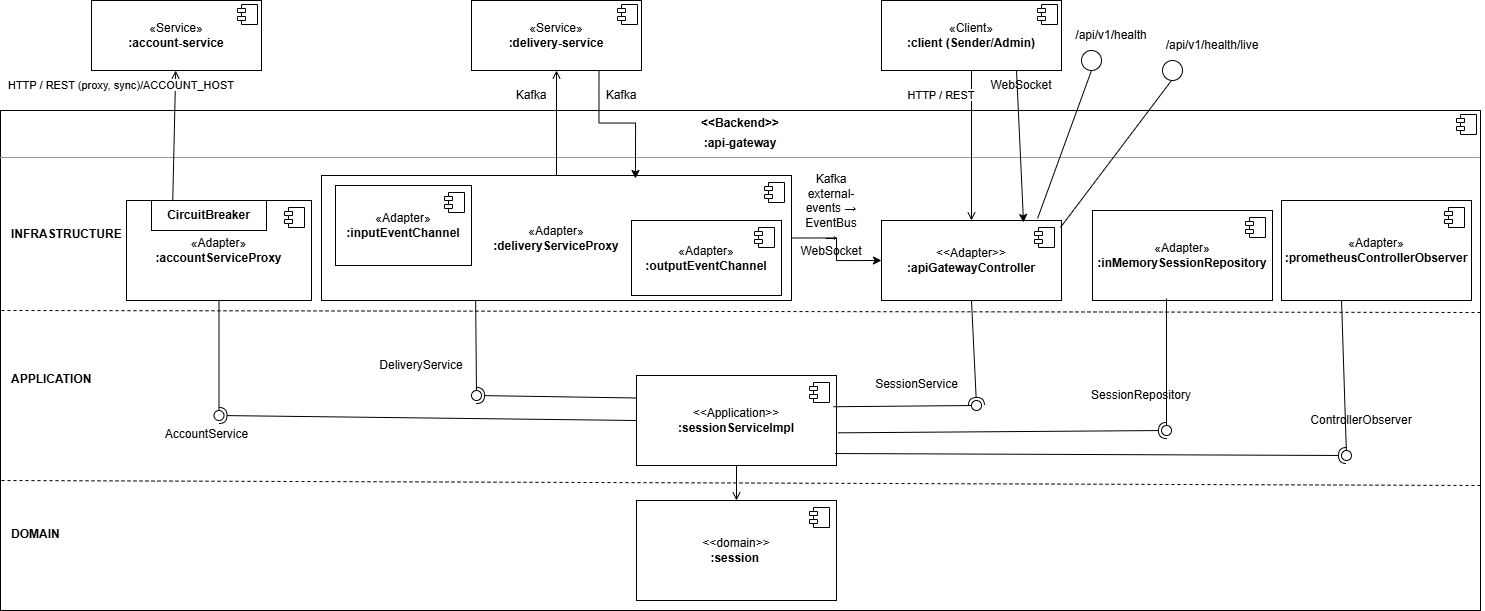
Before: doc/api-gateway-v3.drawio.png, a diagram exported from draw.io (MarcoMoro10/SAP-Assignment3). Source tidied: cells renumbered, new cells last; positions are measured from the earlier drawing's top-left corner, leaving out a move shared by most shapes.
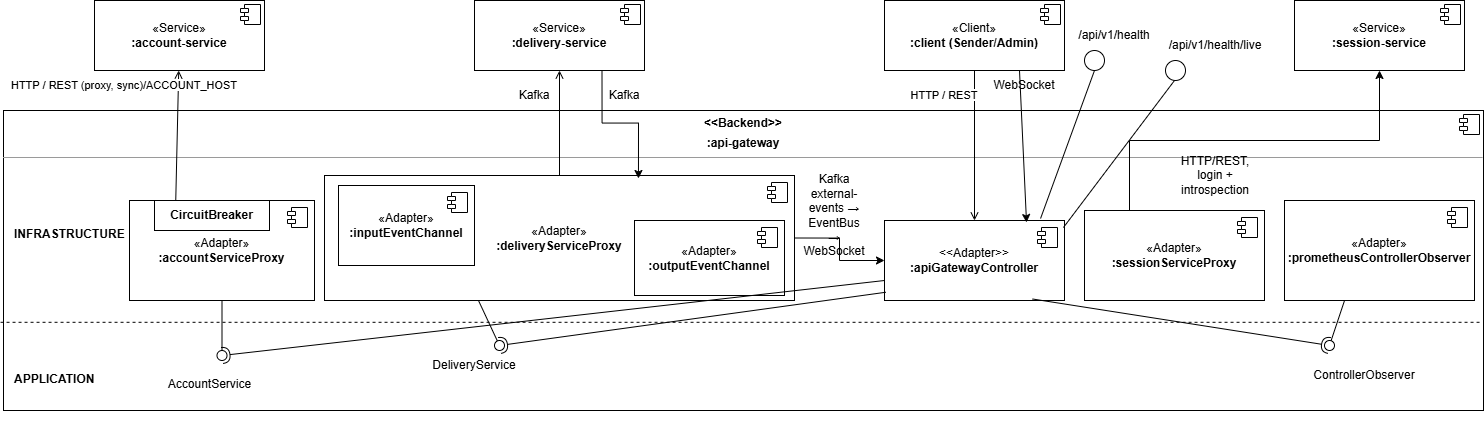
Later version of the same file.

What changed in the source:
```diff
@@ -27,32 +27,22 @@
       </mxGeometry>
     </mxCell>
     <mxCell id="8" value="&lt;p style=&quot;margin:0px;margin-top:6px;text-align:center;&quot;&gt;&lt;b&gt;&amp;lt;&amp;lt;Backend&amp;gt;&amp;gt;&lt;/b&gt;&lt;/p&gt;&lt;p style=&quot;margin:0px;margin-top:6px;text-align:center;&quot;&gt;&lt;b&gt;:api-gateway&lt;/b&gt;&lt;br&gt;&lt;/p&gt;&lt;hr size=&quot;1&quot;&gt;" style="align=left;overflow=fill;html=1;whiteSpace=wrap;verticalAlign=top;" parent="1" vertex="1">
-      <mxGeometry y="110" width="1480" height="500" as="geometry" />
+      <mxGeometry y="110" width="1480" height="300" as="geometry" />
     </mxCell>
     <mxCell id="9" style="shape=component;jettyWidth=8;jettyHeight=4;" parent="8" vertex="1">
       <mxGeometry x="1" width="20" height="20" relative="1" as="geometry">
         <mxPoint x="-24" y="4" as="offset" />
       </mxGeometry>
     </mxCell>
-    <mxCell id="10" style="endArrow=none;dashed=1;html=1;rounded=0;entryX=1.002;entryY=0.404;entryDx=0;entryDy=0;entryPerimeter=0;exitX=0.002;exitY=0.366;exitDx=0;exitDy=0;exitPerimeter=0;" parent="1" edge="1" target="8">
-      <mxGeometry relative="1" as="geometry">
-        <mxPoint x="1" y="310" as="sourcePoint" />
-      </mxGeometry>
+    <mxCell id="10" style="endArrow=none;dashed=1;html=1;rounded=0;entryX=0.999;entryY=0.706;entryDx=0;entryDy=0;entryPerimeter=0;exitX=-0.002;exitY=0.706;exitDx=0;exitDy=0;exitPerimeter=0;" parent="1" edge="1" source="8" target="8">
+      <mxGeometry relative="1" as="geometry" />
     </mxCell>
-    <mxCell id="11" style="endArrow=none;dashed=1;html=1;rounded=0;entryX=1;entryY=0.75;entryDx=0;entryDy=0;" parent="1" edge="1" target="8">
-      <mxGeometry relative="1" as="geometry">
-        <mxPoint x="1" y="480" as="sourcePoint" />
-      </mxGeometry>
-    </mxCell>
     <mxCell id="12" value="INFRASTRUCTURE" style="text;html=1;align=left;fontStyle=1;" parent="1" vertex="1">
       <mxGeometry x="9" y="220" width="120" height="20" as="geometry" />
     </mxCell>
     <mxCell id="13" value="APPLICATION" style="text;html=1;align=left;fontStyle=1;" parent="1" vertex="1">
       <mxGeometry x="9" y="365" width="120" height="20" as="geometry" />
     </mxCell>
-    <mxCell id="14" value="DOMAIN" style="text;html=1;align=left;fontStyle=1;" parent="1" vertex="1">
-      <mxGeometry x="9" y="520" width="120" height="20" as="geometry" />
-    </mxCell>
     <mxCell id="15" value="«Adapter»&lt;br&gt;&lt;b&gt;:accountServiceProxy&lt;/b&gt;" style="html=1;whiteSpace=wrap;fontColor=#000000;" parent="1" vertex="1">
       <mxGeometry x="126" y="200" width="185" height="100" as="geometry" />
     </mxCell>
@@ -99,14 +89,6 @@
         <mxPoint x="-27" y="7" as="offset" />
       </mxGeometry>
     </mxCell>
-    <mxCell id="27" value="&lt;div&gt;&amp;lt;&amp;lt;Application&amp;gt;&amp;gt;&lt;/div&gt;&lt;b&gt;:sessionServiceImpl&lt;/b&gt;" style="html=1;whiteSpace=wrap;fontColor=#000000;" parent="1" vertex="1">
-      <mxGeometry x="636" y="375" width="200" height="90" as="geometry" />
-    </mxCell>
-    <mxCell id="28" style="shape=module;jettyWidth=8;jettyHeight=4;" parent="27" vertex="1">
-      <mxGeometry x="1" width="20" height="20" relative="1" as="geometry">
-        <mxPoint x="-27" y="7" as="offset" />
-      </mxGeometry>
-    </mxCell>
     <mxCell id="29" style="ellipse;whiteSpace=wrap;html=1;fillColor=none;strokeColor=none;" parent="1" vertex="1">
       <mxGeometry x="541" y="310" width="10" height="10" as="geometry" />
     </mxCell>
@@ -116,20 +98,9 @@
     <mxCell id="31" style="ellipse;whiteSpace=wrap;html=1;fillColor=none;strokeColor=none;" parent="1" vertex="1">
       <mxGeometry x="346" y="280" width="10" height="10" as="geometry" />
     </mxCell>
-    <mxCell id="32" value="SessionService" style="text;html=1;align=center;" parent="1" vertex="1">
-      <mxGeometry x="861" y="370" width="110" height="20" as="geometry" />
-    </mxCell>
     <mxCell id="33" value="AccountService" style="text;html=1;align=center;" parent="1" vertex="1">
-      <mxGeometry x="151" y="420" width="110" height="20" as="geometry" />
+      <mxGeometry x="151" y="370" width="110" height="20" as="geometry" />
     </mxCell>
-    <mxCell id="34" value="&lt;div&gt;&amp;lt;&amp;lt;domain&amp;gt;&amp;gt;&lt;/div&gt;&lt;b&gt;:session&lt;/b&gt;&lt;font style=&quot;font-size:9px&quot;&gt;&amp;nbsp;&lt;br&gt;&lt;/font&gt;" style="html=1;whiteSpace=wrap;fontColor=#000000;" parent="1" vertex="1">
-      <mxGeometry x="636" y="500" width="200" height="100" as="geometry" />
-    </mxCell>
-    <mxCell id="35" style="shape=module;jettyWidth=8;jettyHeight=4;" parent="34" vertex="1">
-      <mxGeometry x="1" width="20" height="20" relative="1" as="geometry">
-        <mxPoint x="-27" y="7" as="offset" />
-      </mxGeometry>
-    </mxCell>
     <mxCell id="36" style="endArrow=open;html=1;rounded=0;" parent="1" edge="1" source="2" target="25">
       <mxGeometry relative="1" as="geometry" />
     </mxCell>
@@ -139,58 +110,32 @@
     <mxCell id="38" style="endArrow=open;html=1;rounded=0;exitX=0.5;exitY=0;exitDx=0;exitDy=0;" parent="1" edge="1" source="19" target="6">
       <mxGeometry x="0.66" y="26" relative="1" as="geometry" />
     </mxCell>
-    <mxCell id="39" style="endArrow=open;html=1;rounded=0;exitX=0.5;exitY=1;exitDx=0;exitDy=0;entryX=0.5;entryY=0;entryDx=0;entryDy=0;" parent="1" edge="1" source="27" target="34">
-      <mxGeometry relative="1" as="geometry" />
-    </mxCell>
-    <mxCell id="40" style="rounded=0;jettySize=auto;html=1;endArrow=halfCircle;endFill=0;endSize=6;strokeWidth=1;sketch=0;exitX=0.5;exitY=1;exitDx=0;exitDy=0;" parent="1" edge="1" source="25" target="42">
-      <mxGeometry relative="1" as="geometry" />
-    </mxCell>
-    <mxCell id="41" style="rounded=0;jettySize=auto;html=1;endArrow=oval;endFill=0;sketch=0;sourcePerimeterSpacing=0;targetPerimeterSpacing=0;endSize=10;exitX=0.985;exitY=0.347;exitDx=0;exitDy=0;exitPerimeter=0;" parent="1" edge="1" source="27" target="42">
-      <mxGeometry relative="1" as="geometry" />
-    </mxCell>
     <mxCell id="42" style="ellipse;whiteSpace=wrap;html=1;align=center;fillColor=none;strokeColor=none;perimeter=centerPerimeter;points=[];outlineConnect=1;" parent="1" vertex="1">
       <mxGeometry x="971" y="400" width="10" height="10" as="geometry" />
     </mxCell>
-    <mxCell id="43" style="rounded=0;jettySize=auto;html=1;endArrow=halfCircle;endFill=0;endSize=6;strokeWidth=1;sketch=0;exitX=0;exitY=0.5;exitDx=0;exitDy=0;" parent="1" edge="1" source="27" target="45">
+    <mxCell id="43" style="rounded=0;jettySize=auto;html=1;endArrow=halfCircle;endFill=0;endSize=6;strokeWidth=1;sketch=0;exitX=0;exitY=0.75;exitDx=0;exitDy=0;" parent="1" edge="1" source="25" target="45">
       <mxGeometry relative="1" as="geometry" />
     </mxCell>
     <mxCell id="44" style="rounded=0;jettySize=auto;html=1;endArrow=oval;endFill=0;sketch=0;sourcePerimeterSpacing=0;targetPerimeterSpacing=0;endSize=10;exitX=0.5;exitY=1;exitDx=0;exitDy=0;" parent="1" edge="1" source="15" target="45">
       <mxGeometry relative="1" as="geometry" />
     </mxCell>
     <mxCell id="45" style="ellipse;whiteSpace=wrap;html=1;align=center;fillColor=none;strokeColor=none;perimeter=centerPerimeter;points=[];outlineConnect=1;" parent="1" vertex="1">
-      <mxGeometry x="213.5" y="410" width="10" height="10" as="geometry" />
+      <mxGeometry x="213.5" y="350" width="10" height="10" as="geometry" />
     </mxCell>
-    <mxCell id="46" style="rounded=0;jettySize=auto;html=1;endArrow=halfCircle;endFill=0;endSize=6;strokeWidth=1;sketch=0;exitX=0;exitY=0.25;exitDx=0;exitDy=0;" parent="1" edge="1" source="27" target="48">
+    <mxCell id="46" style="rounded=0;jettySize=auto;html=1;endArrow=halfCircle;endFill=0;endSize=6;strokeWidth=1;sketch=0;exitX=0.007;exitY=0.897;exitDx=0;exitDy=0;exitPerimeter=0;" parent="1" edge="1" source="25" target="48">
       <mxGeometry relative="1" as="geometry" />
     </mxCell>
     <mxCell id="47" style="rounded=0;jettySize=auto;html=1;endArrow=oval;endFill=0;sketch=0;sourcePerimeterSpacing=0;targetPerimeterSpacing=0;endSize=10;exitX=0.328;exitY=1.003;exitDx=0;exitDy=0;exitPerimeter=0;" parent="1" edge="1" source="19" target="48">
       <mxGeometry relative="1" as="geometry" />
     </mxCell>
     <mxCell id="48" style="ellipse;whiteSpace=wrap;html=1;align=center;fillColor=none;strokeColor=none;perimeter=centerPerimeter;points=[];outlineConnect=1;" parent="1" vertex="1">
-      <mxGeometry x="471" y="390" width="10" height="10" as="geometry" />
+      <mxGeometry x="491" y="340" width="10" height="10" as="geometry" />
     </mxCell>
-    <mxCell id="49" value="«Adapter»&lt;br&gt;&lt;b&gt;:inMemorySessionRepository&lt;/b&gt;" style="html=1;whiteSpace=wrap;" parent="1" vertex="1">
-      <mxGeometry x="1092" y="210" width="180" height="90" as="geometry" />
-    </mxCell>
-    <mxCell id="50" style="shape=module;jettyWidth=8;jettyHeight=4;" parent="49" vertex="1">
-      <mxGeometry x="1" width="20" height="20" relative="1" as="geometry">
-        <mxPoint x="-27" y="7" as="offset" />
-      </mxGeometry>
-    </mxCell>
-    <mxCell id="51" style="rounded=0;jettySize=auto;html=1;endArrow=halfCircle;endFill=0;endSize=6;strokeWidth=1;sketch=0;exitX=1.007;exitY=0.637;exitDx=0;exitDy=0;exitPerimeter=0;" parent="1" edge="1" source="27" target="53">
-      <mxGeometry relative="1" as="geometry" />
-    </mxCell>
-    <mxCell id="52" style="rounded=0;jettySize=auto;html=1;endArrow=oval;endFill=0;sketch=0;sourcePerimeterSpacing=0;targetPerimeterSpacing=0;endSize=10;exitX=0.411;exitY=0.978;exitDx=0;exitDy=0;exitPerimeter=0;" parent="1" edge="1" source="49" target="53">
-      <mxGeometry relative="1" as="geometry" />
-    </mxCell>
     <mxCell id="53" style="ellipse;whiteSpace=wrap;html=1;align=center;fillColor=none;strokeColor=none;perimeter=centerPerimeter;points=[];outlineConnect=1;" parent="1" vertex="1">
       <mxGeometry x="1161" y="425" width="10" height="10" as="geometry" />
     </mxCell>
-    <mxCell id="54" value="SessionRepository" style="text;html=1;whiteSpace=wrap;strokeColor=none;fillColor=none;align=center;verticalAlign=middle;rounded=0;" parent="1" vertex="1">
-      <mxGeometry x="1111" y="380" width="60" height="30" as="geometry" />
-    </mxCell>
     <mxCell id="55" value="DeliveryService" style="text;html=1;whiteSpace=wrap;strokeColor=none;fillColor=none;align=center;verticalAlign=middle;rounded=0;" parent="1" vertex="1">
-      <mxGeometry x="391" y="350" width="60" height="30" as="geometry" />
+      <mxGeometry x="441" y="350" width="60" height="30" as="geometry" />
     </mxCell>
     <mxCell id="56" style="endArrow=classic;html=1;rounded=0;exitX=0.75;exitY=1;exitDx=0;exitDy=0;entryX=0.789;entryY=0.025;entryDx=0;entryDy=0;entryPerimeter=0;" parent="1" edge="1" source="2" target="25">
       <mxGeometry relative="1" as="geometry" />
@@ -222,17 +167,17 @@
         <mxPoint x="-27" y="7" as="offset" />
       </mxGeometry>
     </mxCell>
-    <mxCell id="64" style="rounded=0;jettySize=auto;html=1;endArrow=halfCircle;endFill=0;endSize=6;strokeWidth=1;sketch=0;exitX=0.993;exitY=0.867;exitDx=0;exitDy=0;exitPerimeter=0;" parent="1" edge="1" source="27" target="66">
+    <mxCell id="64" style="rounded=0;jettySize=auto;html=1;endArrow=halfCircle;endFill=0;endSize=6;strokeWidth=1;sketch=0;exitX=0.822;exitY=0.981;exitDx=0;exitDy=0;exitPerimeter=0;" parent="1" edge="1" source="25" target="66">
       <mxGeometry relative="1" as="geometry" />
     </mxCell>
     <mxCell id="65" style="rounded=0;jettySize=auto;html=1;endArrow=oval;endFill=0;sketch=0;sourcePerimeterSpacing=0;targetPerimeterSpacing=0;endSize=10;exitX=0.316;exitY=1;exitDx=0;exitDy=0;exitPerimeter=0;" parent="1" edge="1" source="62" target="66">
       <mxGeometry relative="1" as="geometry" />
     </mxCell>
     <mxCell id="66" style="ellipse;whiteSpace=wrap;html=1;align=center;fillColor=none;strokeColor=none;perimeter=centerPerimeter;points=[];outlineConnect=1;" parent="1" vertex="1">
-      <mxGeometry x="1341" y="450" width="10" height="10" as="geometry" />
+      <mxGeometry x="1321" y="340" width="10" height="10" as="geometry" />
     </mxCell>
     <mxCell id="67" value="ControllerObserver" style="text;html=1;whiteSpace=wrap;strokeColor=none;fillColor=none;align=center;verticalAlign=middle;rounded=0;" parent="1" vertex="1">
-      <mxGeometry x="1331" y="405" width="60" height="30" as="geometry" />
+      <mxGeometry x="1331" y="360" width="60" height="30" as="geometry" />
     </mxCell>
     <mxCell id="68" value="&lt;span style=&quot;font-size: 11px; white-space: nowrap; background-color: rgb(255, 255, 255);&quot;&gt;HTTP / REST&lt;/span&gt;" style="text;html=1;whiteSpace=wrap;strokeColor=none;fillColor=none;align=center;verticalAlign=middle;rounded=0;" parent="1" vertex="1">
       <mxGeometry x="911" y="80" width="60" height="30" as="geometry" />
@@ -258,5 +203,27 @@
     <mxCell id="75" value="Kafka" style="text;html=1;whiteSpace=wrap;strokeColor=none;fillColor=none;align=center;verticalAlign=middle;rounded=0;" parent="1" vertex="1">
       <mxGeometry x="591" y="80" width="60" height="30" as="geometry" />
     </mxCell>
+    <mxCell id="76" style="edgeStyle=orthogonalEdgeStyle;rounded=0;jettySize=auto;html=1;exitX=0.25;exitY=0;exitDx=0;exitDy=0;" parent="1" edge="1" source="77" target="79">
+      <mxGeometry relative="1" as="geometry" />
+    </mxCell>
+    <mxCell id="77" value="«Adapter»&lt;br&gt;&lt;b&gt;:sessionServiceProxy&lt;/b&gt;" style="html=1;whiteSpace=wrap;" parent="1" vertex="1">
+      <mxGeometry x="1081" y="210" width="180" height="90" as="geometry" />
+    </mxCell>
+    <mxCell id="78" style="shape=module;jettyWidth=8;jettyHeight=4;" parent="77" vertex="1">
+      <mxGeometry x="1" width="20" height="20" relative="1" as="geometry">
+        <mxPoint x="-27" y="7" as="offset" />
+      </mxGeometry>
+    </mxCell>
+    <mxCell id="79" value="«Service»&lt;br&gt;&lt;b&gt;:session-service&lt;/b&gt;" style="html=1;whiteSpace=wrap;fontColor=#000000;" parent="1" vertex="1">
+      <mxGeometry x="1291" width="170" height="70" as="geometry" />
+    </mxCell>
+    <mxCell id="80" style="shape=component;jettyWidth=8;jettyHeight=4;" parent="79" vertex="1">
+      <mxGeometry x="1" width="20" height="20" relative="1" as="geometry">
+        <mxPoint x="-24" y="4" as="offset" />
+      </mxGeometry>
+    </mxCell>
+    <mxCell id="81" value="HTTP/REST, login + introspection" style="text;html=1;whiteSpace=wrap;strokeColor=none;fillColor=none;align=center;verticalAlign=middle;rounded=0;" parent="1" vertex="1">
+      <mxGeometry x="1182" y="160" width="60" height="30" as="geometry" />
+    </mxCell>
   </root>
 </mxGraphModel>
```
